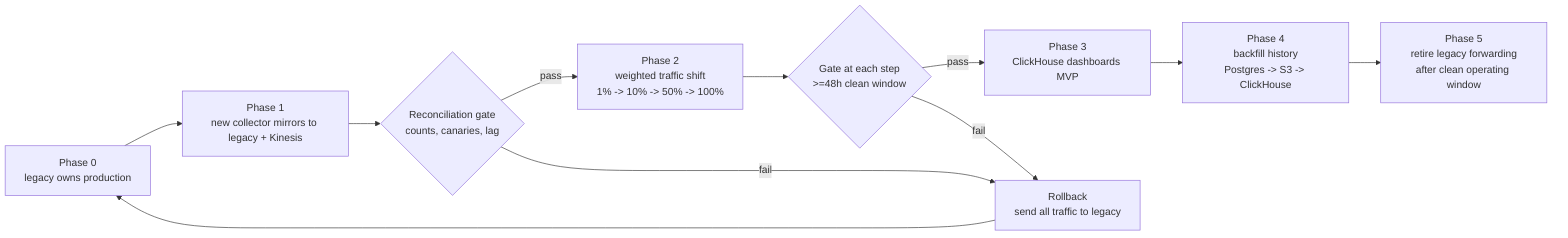
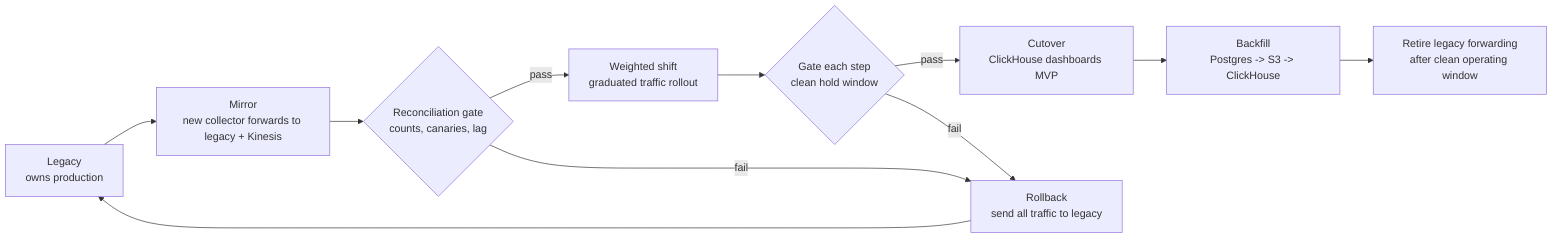
flowchart LR
-   A["Phase 0\nlegacy owns production"] --> B["Phase 1\nnew collector mirrors to legacy + Kinesis"]
+   A["Legacy\nowns production"] --> B["Mirror\nnew collector forwards to legacy + Kinesis"]
  B --> C{"Reconciliation gate\ncounts, canaries, lag"}
-   C -- pass --> D["Phase 2\nweighted traffic shift\n1% -> 10% -> 50% -> 100%"]
+   C -- pass --> D["Weighted shift\ngraduated traffic rollout"]
  C -- fail --> R["Rollback\nsend all traffic to legacy"]
-   D --> E{"Gate at each step\n>=48h clean window"}
-   E -- pass --> F["Phase 3\nClickHouse dashboards MVP"]
+   D --> E{"Gate each step\nclean hold window"}
+   E -- pass --> F["Cutover\nClickHouse dashboards MVP"]
  E -- fail --> R
-   F --> G["Phase 4\nbackfill history\nPostgres -> S3 -> ClickHouse"]
-   G --> H["Phase 5\nretire legacy forwarding\nafter clean operating window"]
+   F --> G["Backfill\nPostgres -> S3 -> ClickHouse"]
+   G --> H["Retire legacy forwarding\nafter clean operating window"]
  R --> A
